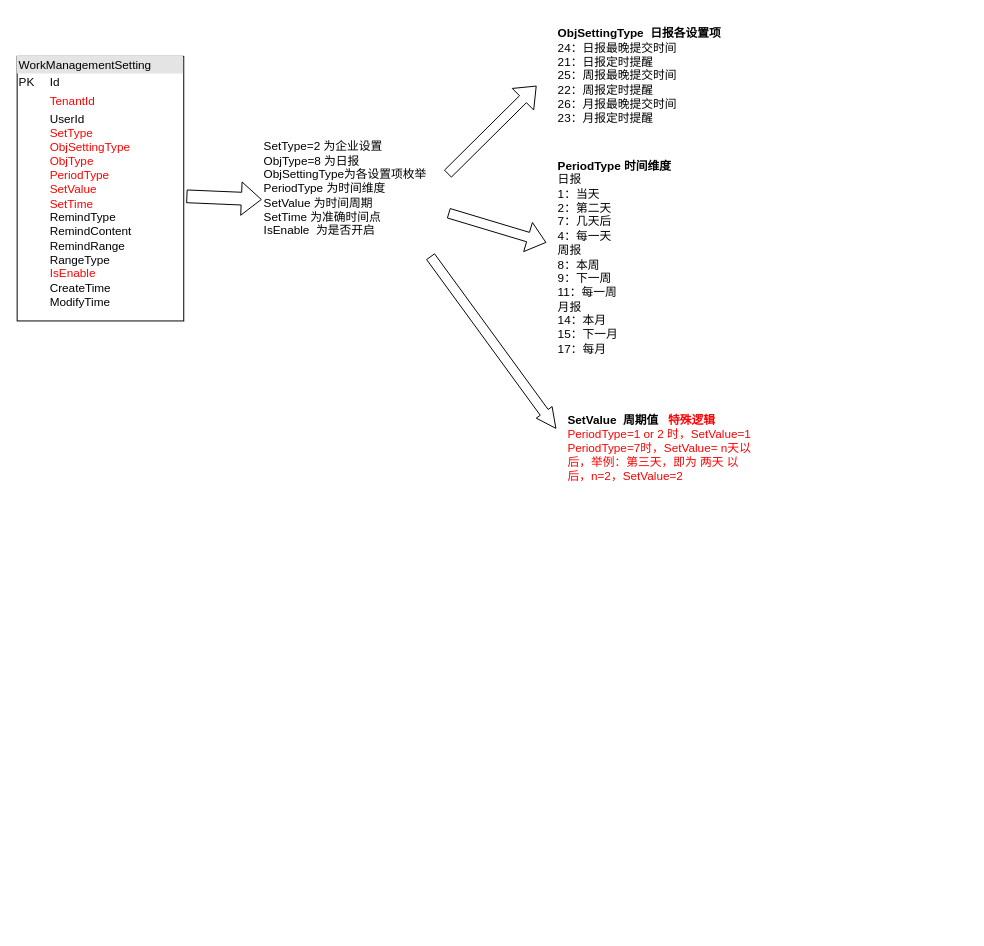
Earlier version of the draw.io diagram 25_01.drawio (mozhu33/Diagrams). Source tidied: cells renumbered, new cells numbered last; positions are measured from the earlier drawing's top-left corner, leaving out a move shared by most shapes. Both pictures are drawn from the tidied source at 98%, with x=0, y=0 at pixel (17, 17).
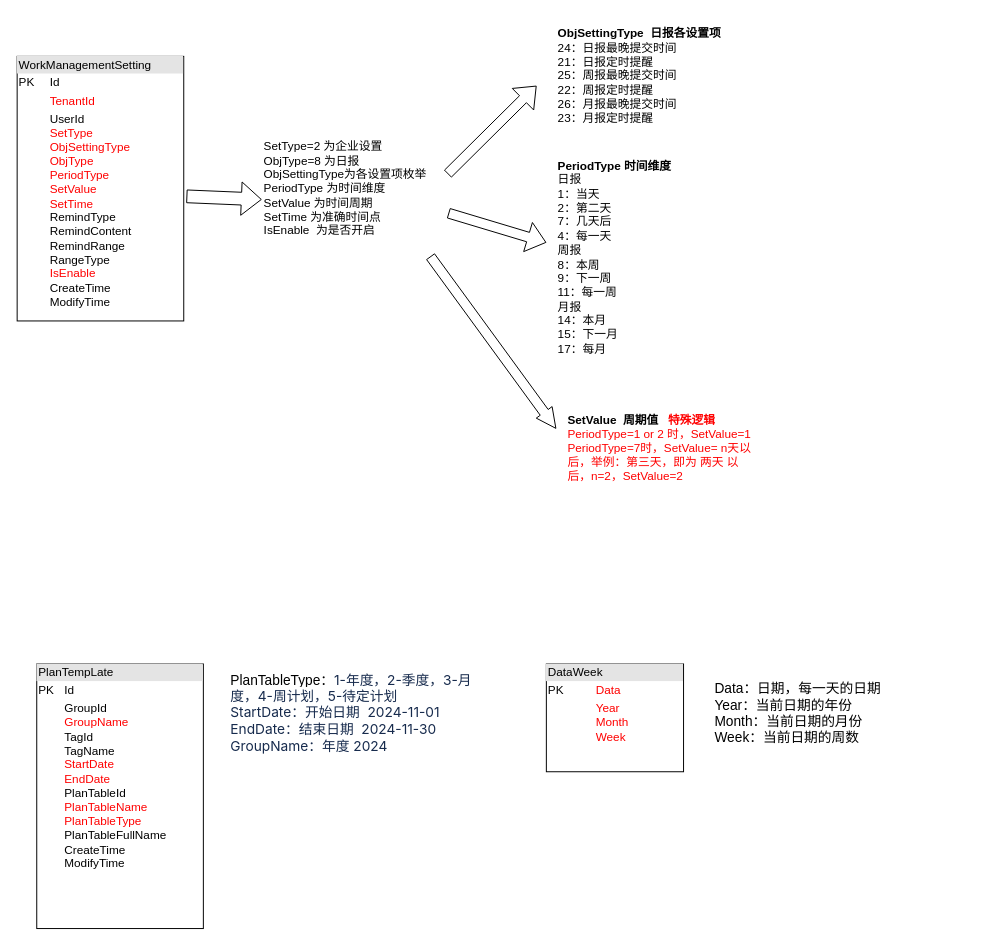
The same page after the edit.

The edit, as a diff of the source:
```diff
@@
 <mxGraphModel>
   <root>
     <mxCell id="0" />
     <mxCell id="1" parent="0" />
     <mxCell id="2" value="&lt;div style=&quot;box-sizing:border-box;width:100%;background:#e4e4e4;padding:2px;&quot;&gt;WorkManagementSetting&lt;/div&gt;&lt;table style=&quot;width:100%;font-size:1em;&quot; cellpadding=&quot;2&quot; cellspacing=&quot;0&quot;&gt;&lt;tbody&gt;&lt;tr&gt;&lt;td&gt;PK&lt;/td&gt;&lt;td&gt;Id&lt;/td&gt;&lt;/tr&gt;&lt;tr&gt;&lt;td&gt;&lt;br&gt;&lt;/td&gt;&lt;td&gt;&lt;font color=&quot;#ff0000&quot;&gt;TenantId&lt;/font&gt;&lt;/td&gt;&lt;/tr&gt;&lt;tr&gt;&lt;td&gt;&lt;/td&gt;&lt;td&gt;UserId&lt;br&gt;&lt;font color=&quot;#ff0000&quot;&gt;SetType&lt;br&gt;ObjSettingType&lt;br&gt;ObjType&lt;br&gt;PeriodType&lt;br&gt;SetValue&lt;br&gt;SetTime&lt;/font&gt;&lt;br&gt;RemindType&lt;br&gt;RemindContent&lt;br&gt;RemindRange&lt;br&gt;RangeType&lt;br&gt;&lt;font color=&quot;#ff0000&quot;&gt;IsEnable&lt;/font&gt;&lt;br&gt;CreateTime&lt;br&gt;ModifyTime&lt;br&gt;&lt;br&gt;&lt;/td&gt;&lt;/tr&gt;&lt;/tbody&gt;&lt;/table&gt;" style="verticalAlign=top;align=left;overflow=fill;html=1;whiteSpace=wrap;" parent="1" vertex="1">
       <mxGeometry y="40" width="170" height="270" as="geometry" />
     </mxCell>
     <mxCell id="3" value="&lt;div style=&quot;&quot;&gt;&lt;span style=&quot;background-color: initial;&quot;&gt;SetType=2 为企业设置&lt;/span&gt;&lt;/div&gt;&lt;div style=&quot;&quot;&gt;ObjType=8 为日报&lt;span style=&quot;background-color: initial;&quot;&gt;&lt;br&gt;&lt;/span&gt;&lt;/div&gt;&lt;div style=&quot;&quot;&gt;ObjSettingType为各设置项枚举&lt;/div&gt;&lt;div style=&quot;&quot;&gt;PeriodType 为时间维度&lt;/div&gt;&lt;div&gt;SetValue 为时间周期&lt;/div&gt;&lt;div&gt;SetTime 为准确时间点&lt;/div&gt;&lt;div&gt;IsEnable&amp;nbsp; 为是否开启&lt;/div&gt;" style="text;html=1;align=left;verticalAlign=middle;whiteSpace=wrap;rounded=0;strokeColor=none;" parent="1" vertex="1">
       <mxGeometry x="250" y="105" width="190" height="140" as="geometry" />
     </mxCell>
     <mxCell id="4" value="&lt;b&gt;ObjSettingType&amp;nbsp; 日报各设置项&lt;/b&gt;&lt;div&gt;24：日报最晚提交时间&lt;/div&gt;&lt;div&gt;21：日报定时提醒&lt;/div&gt;&lt;div&gt;25：周报最晚提交时间&lt;/div&gt;&lt;div&gt;22：周报定时提醒&lt;/div&gt;&lt;div&gt;26：月报最晚提交时间&lt;/div&gt;&lt;div&gt;23：月报定时提醒&lt;/div&gt;" style="text;html=1;align=left;verticalAlign=middle;whiteSpace=wrap;rounded=0;" parent="1" vertex="1">
       <mxGeometry x="550" width="200" height="120" as="geometry" />
     </mxCell>
     <mxCell id="5" value="&lt;b&gt;PeriodType 时间维度&lt;/b&gt;&lt;div&gt;日报&lt;/div&gt;&lt;div&gt;1：当天&lt;/div&gt;&lt;div&gt;2：第二天&lt;/div&gt;&lt;div&gt;7：几天后&lt;/div&gt;&lt;div&gt;4：每一天&lt;/div&gt;&lt;div&gt;周报&lt;/div&gt;&lt;div&gt;8：本周&lt;/div&gt;&lt;div&gt;9：下一周&lt;/div&gt;&lt;div&gt;11：每一周&lt;/div&gt;&lt;div&gt;月报&lt;/div&gt;&lt;div&gt;14：本月&lt;/div&gt;&lt;div&gt;15：下一月&lt;/div&gt;&lt;div&gt;17：每月&lt;/div&gt;" style="text;html=1;align=left;verticalAlign=middle;whiteSpace=wrap;rounded=0;" parent="1" vertex="1">
       <mxGeometry x="550" y="140" width="170" height="210" as="geometry" />
     </mxCell>
     <mxCell id="6" value="&lt;b&gt;SetValue&amp;nbsp; 周期值&amp;nbsp; &amp;nbsp;&lt;font color=&quot;#ff0000&quot;&gt;特殊逻辑&lt;/font&gt;&lt;/b&gt;&lt;div&gt;&lt;font color=&quot;#ff0000&quot;&gt;PeriodType=1 or 2 时，SetValue=1&amp;nbsp;&lt;/font&gt;&lt;/div&gt;&lt;div&gt;&lt;font color=&quot;#ff0000&quot;&gt;PeriodType=7时，SetValue= n天以后，举例：第三天，即为 两天 以后，n=2，SetValue=2&lt;/font&gt;&lt;/div&gt;" style="text;html=1;align=left;verticalAlign=middle;whiteSpace=wrap;rounded=0;" parent="1" vertex="1">
       <mxGeometry x="560" y="380" width="200" height="120" as="geometry" />
     </mxCell>
     <mxCell id="7" style="shape=flexArrow;endArrow=classic;html=1;rounded=0;entryX=-0.002;entryY=0.579;entryDx=0;entryDy=0;entryPerimeter=0;exitX=1.016;exitY=0.529;exitDx=0;exitDy=0;exitPerimeter=0;width=13;endSize=6.44;" parent="1" edge="1" source="2" target="3">
       <mxGeometry relative="1" as="geometry" />
     </mxCell>
     <mxCell id="8" style="shape=flexArrow;endArrow=classic;html=1;rounded=0;exitX=0.996;exitY=0.393;exitDx=0;exitDy=0;exitPerimeter=0;" parent="1" edge="1" source="3">
       <mxGeometry relative="1" as="geometry">
         <mxPoint x="530" y="70" as="targetPoint" />
       </mxGeometry>
     </mxCell>
     <mxCell id="9" style="shape=flexArrow;endArrow=classic;html=1;rounded=0;" parent="1" edge="1">
       <mxGeometry relative="1" as="geometry">
         <mxPoint x="440" y="200" as="sourcePoint" />
         <mxPoint x="540" y="230" as="targetPoint" />
       </mxGeometry>
     </mxCell>
     <mxCell id="10" style="shape=flexArrow;endArrow=classic;html=1;rounded=0;exitX=0.903;exitY=0.993;exitDx=0;exitDy=0;endWidth=9;endSize=6.4;exitPerimeter=0;" parent="1" edge="1" source="3">
       <mxGeometry relative="1" as="geometry">
         <mxPoint x="550" y="420" as="targetPoint" />
       </mxGeometry>
     </mxCell>
+    <mxCell id="11" value="&lt;div style=&quot;box-sizing:border-box;width:100%;background:#e4e4e4;padding:2px;&quot;&gt;PlanTempLate&lt;/div&gt;&lt;table style=&quot;width:100%;font-size:1em;&quot; cellpadding=&quot;2&quot; cellspacing=&quot;0&quot;&gt;&lt;tbody&gt;&lt;tr&gt;&lt;td&gt;PK&lt;/td&gt;&lt;td&gt;Id&lt;/td&gt;&lt;/tr&gt;&lt;tr&gt;&lt;td&gt;&lt;br&gt;&lt;/td&gt;&lt;td&gt;GroupId&lt;br&gt;&lt;font color=&quot;#ff0000&quot;&gt;GroupName&lt;/font&gt;&lt;br&gt;TagId&lt;br&gt;TagName&lt;br&gt;&lt;font color=&quot;#ff0000&quot;&gt;StartDate&lt;br&gt;EndDate&lt;/font&gt;&lt;br&gt;PlanTableId&lt;br&gt;&lt;font color=&quot;#ff0000&quot;&gt;PlanTableName&lt;br&gt;PlanTableType&lt;/font&gt;&lt;br&gt;PlanTableFullName&lt;br&gt;CreateTime&lt;br&gt;ModifyTime&lt;/td&gt;&lt;/tr&gt;&lt;tr&gt;&lt;td&gt;&lt;/td&gt;&lt;td&gt;&lt;br&gt;&lt;br&gt;&lt;/td&gt;&lt;/tr&gt;&lt;/tbody&gt;&lt;/table&gt;" style="verticalAlign=top;align=left;overflow=fill;html=1;whiteSpace=wrap;" parent="1" vertex="1">
+      <mxGeometry x="20" y="660" width="170" height="270" as="geometry" />
+    </mxCell>
+    <mxCell id="12" value="&lt;font style=&quot;font-size: 14px;&quot;&gt;PlanTableType：&lt;/font&gt;&lt;span style=&quot;color: rgb(23, 43, 77); font-family: -apple-system, BlinkMacSystemFont, &amp;quot;Segoe UI&amp;quot;, Roboto, Oxygen, Ubuntu, &amp;quot;Fira Sans&amp;quot;, &amp;quot;Droid Sans&amp;quot;, &amp;quot;Helvetica Neue&amp;quot;, sans-serif; font-size: 14px; background-color: rgb(255, 255, 255);&quot;&gt;1-年度，2-季度，3-月度，4-周计划，5-待定计划&lt;/span&gt;&lt;div&gt;&lt;span style=&quot;color: rgb(23, 43, 77); font-family: -apple-system, BlinkMacSystemFont, &amp;quot;Segoe UI&amp;quot;, Roboto, Oxygen, Ubuntu, &amp;quot;Fira Sans&amp;quot;, &amp;quot;Droid Sans&amp;quot;, &amp;quot;Helvetica Neue&amp;quot;, sans-serif; font-size: 14px; background-color: rgb(255, 255, 255);&quot;&gt;StartDate：开始日期&amp;nbsp; 2024-11-01&lt;/span&gt;&lt;/div&gt;&lt;div&gt;&lt;span style=&quot;color: rgb(23, 43, 77); font-family: -apple-system, BlinkMacSystemFont, &amp;quot;Segoe UI&amp;quot;, Roboto, Oxygen, Ubuntu, &amp;quot;Fira Sans&amp;quot;, &amp;quot;Droid Sans&amp;quot;, &amp;quot;Helvetica Neue&amp;quot;, sans-serif; font-size: 14px; background-color: rgb(255, 255, 255);&quot;&gt;EndDate：结束日期&amp;nbsp; 2024-11-30&lt;/span&gt;&lt;/div&gt;&lt;div&gt;&lt;span style=&quot;color: rgb(23, 43, 77); font-family: -apple-system, BlinkMacSystemFont, &amp;quot;Segoe UI&amp;quot;, Roboto, Oxygen, Ubuntu, &amp;quot;Fira Sans&amp;quot;, &amp;quot;Droid Sans&amp;quot;, &amp;quot;Helvetica Neue&amp;quot;, sans-serif; font-size: 14px; background-color: rgb(255, 255, 255);&quot;&gt;GroupName：年度 2024&lt;/span&gt;&lt;/div&gt;" style="text;html=1;align=left;verticalAlign=middle;whiteSpace=wrap;rounded=0;" parent="1" vertex="1">
+      <mxGeometry x="215.5" y="640" width="259" height="140" as="geometry" />
+    </mxCell>
+    <mxCell id="13" value="&lt;div style=&quot;box-sizing:border-box;width:100%;background:#e4e4e4;padding:2px;&quot;&gt;DataWeek&lt;/div&gt;&lt;table style=&quot;width:100%;font-size:1em;&quot; cellpadding=&quot;2&quot; cellspacing=&quot;0&quot;&gt;&lt;tbody&gt;&lt;tr&gt;&lt;td&gt;PK&lt;/td&gt;&lt;td&gt;&lt;font color=&quot;#ff0000&quot;&gt;Data&lt;/font&gt;&lt;/td&gt;&lt;/tr&gt;&lt;tr&gt;&lt;td&gt;&lt;font color=&quot;#ff0000&quot;&gt;&lt;br&gt;&lt;/font&gt;&lt;/td&gt;&lt;td&gt;&lt;font color=&quot;#ff0000&quot;&gt;Year&lt;br&gt;Month&lt;br&gt;Week&lt;/font&gt;&lt;/td&gt;&lt;/tr&gt;&lt;tr&gt;&lt;td&gt;&lt;/td&gt;&lt;td&gt;&lt;br&gt;&lt;br&gt;&lt;/td&gt;&lt;/tr&gt;&lt;/tbody&gt;&lt;/table&gt;" style="verticalAlign=top;align=left;overflow=fill;html=1;whiteSpace=wrap;" parent="1" vertex="1">
+      <mxGeometry x="540" y="660" width="140" height="110" as="geometry" />
+    </mxCell>
+    <mxCell id="14" value="&lt;span style=&quot;font-size: 14px;&quot;&gt;Data：日期，每一天的日期&lt;/span&gt;&lt;div&gt;&lt;span style=&quot;font-size: 14px;&quot;&gt;Year：当前日期的年份&lt;/span&gt;&lt;/div&gt;&lt;div&gt;&lt;span style=&quot;font-size: 14px;&quot;&gt;Month：当前日期的月份&lt;/span&gt;&lt;/div&gt;&lt;div&gt;&lt;span style=&quot;font-size: 14px;&quot;&gt;Week：当前日期的周数&lt;/span&gt;&lt;/div&gt;" style="text;html=1;align=left;verticalAlign=middle;whiteSpace=wrap;rounded=0;" parent="1" vertex="1">
+      <mxGeometry x="710" y="640" width="259" height="140" as="geometry" />
+    </mxCell>
   </root>
 </mxGraphModel>
```
